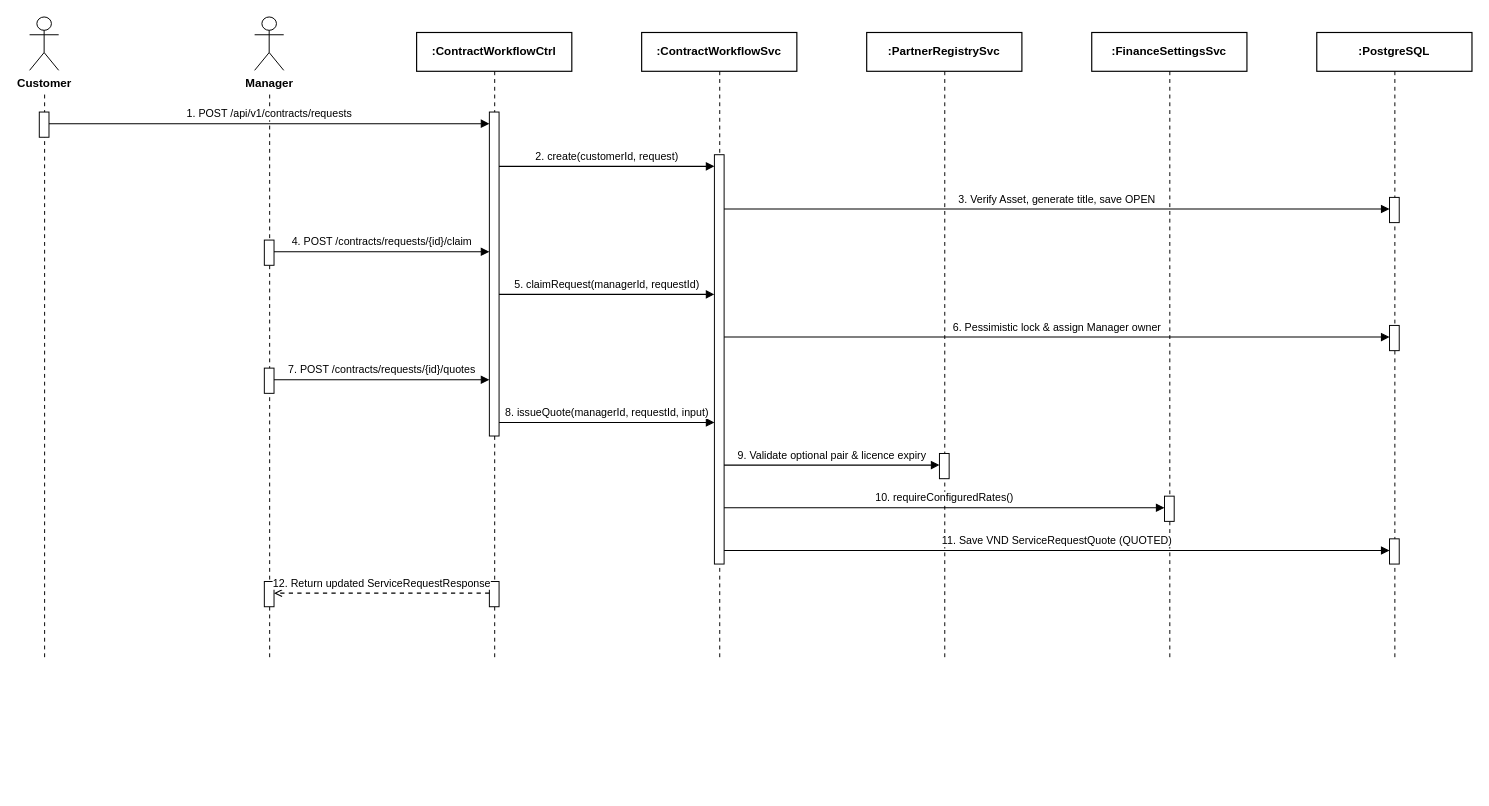
This is page "FE-08 - Service Request, Checkpoints & Quote" (9 of 26) of diagrams/smartdrone-sequence-diagrams.drawio from tungbach12/SmartDroneInspection-Docs, a draw.io file, before an edit. Source tidied: cells renumbered, new cells numbered last; positions are measured from the earlier drawing's top-left corner, leaving out a move shared by most shapes. Both pictures are drawn from the tidied source at 97%, with x=0, y=0 at pixel (29, 16).
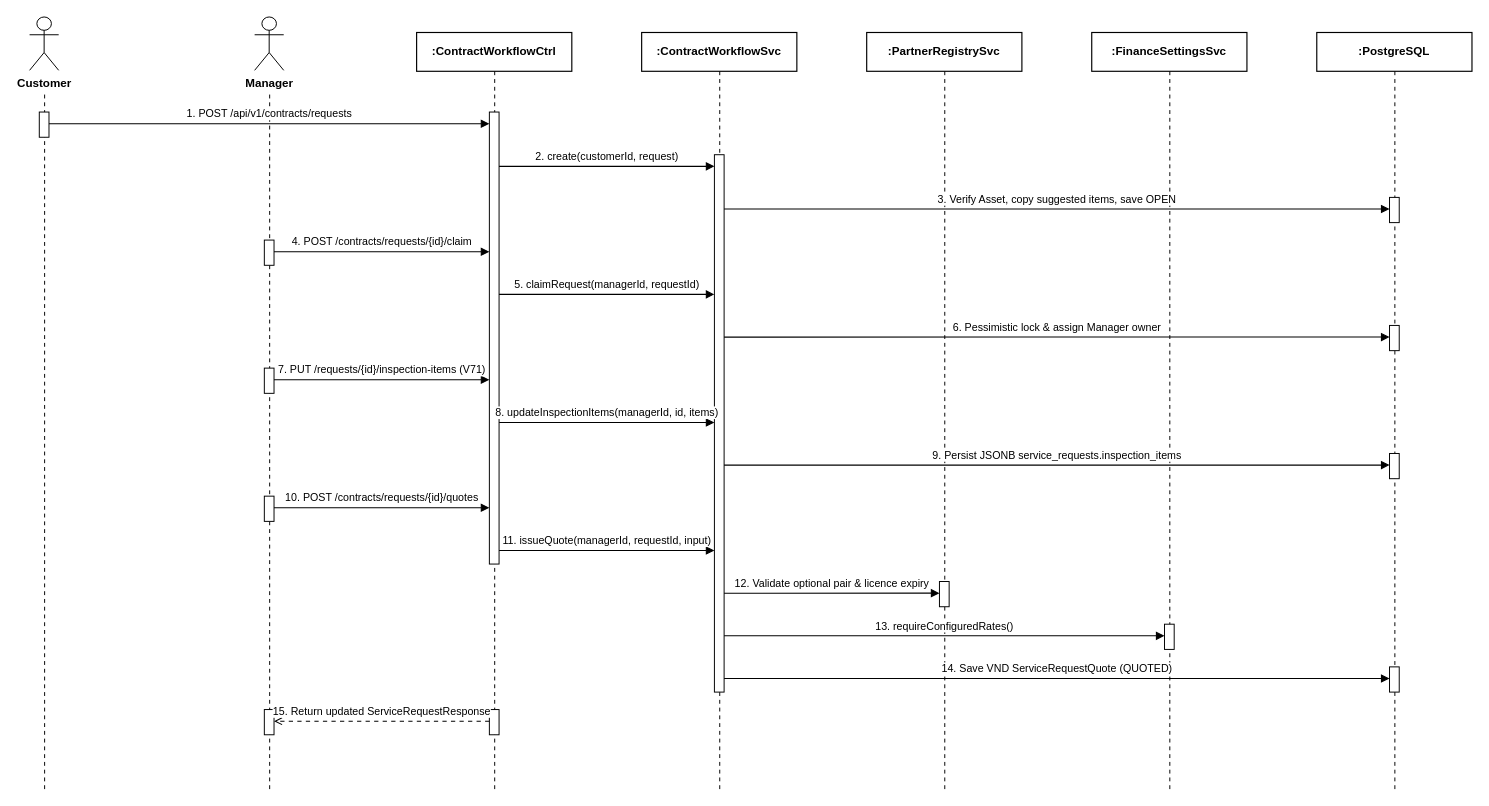
The same diagram, later.

The change refers to these unchanged cells:
```xml
<mxCell id="16" style="rounded=0;whiteSpace=wrap;html=1;fillColor=#ffffff;strokeColor=#000000;strokeWidth=1;" parent="1" vertex="1">
  <mxGeometry x="10" y="98" width="10" height="26" as="geometry" />
</mxCell>
<mxCell id="17" style="rounded=0;whiteSpace=wrap;html=1;fillColor=#ffffff;strokeColor=#000000;strokeWidth=1;" parent="1" vertex="1">
  <mxGeometry x="242" y="230" width="10" height="26" as="geometry" />
</mxCell>
<mxCell id="18" style="rounded=0;whiteSpace=wrap;html=1;fillColor=#ffffff;strokeColor=#000000;strokeWidth=1;" parent="1" vertex="1">
  <mxGeometry x="242" y="362" width="10" height="26" as="geometry" />
</mxCell>
<mxCell id="25" style="rounded=0;whiteSpace=wrap;html=1;fillColor=#ffffff;strokeColor=#000000;strokeWidth=1;" parent="1" vertex="1">
  <mxGeometry x="1402" y="186" width="10" height="26" as="geometry" />
</mxCell>
<mxCell id="26" style="rounded=0;whiteSpace=wrap;html=1;fillColor=#ffffff;strokeColor=#000000;strokeWidth=1;" parent="1" vertex="1">
  <mxGeometry x="1402" y="318" width="10" height="26" as="geometry" />
</mxCell>
```

What changed in the source:
```diff
@@
     <mxCell id="3" style="line;strokeWidth=1;direction=south;html=1;dashed=1;dashPattern=4 4;strokeColor=#000000;fillColor=none;" parent="1" vertex="1">
-      <mxGeometry x="15" y="80" width="1" height="584" as="geometry" />
+      <mxGeometry x="15" y="80" width="1" height="716" as="geometry" />
     </mxCell>
@@
     <mxCell id="5" style="line;strokeWidth=1;direction=south;html=1;dashed=1;dashPattern=4 4;strokeColor=#000000;fillColor=none;" parent="1" vertex="1">
-      <mxGeometry x="247" y="80" width="1" height="584" as="geometry" />
+      <mxGeometry x="247" y="80" width="1" height="716" as="geometry" />
     </mxCell>
@@
     <mxCell id="7" style="line;strokeWidth=1;direction=south;html=1;dashed=1;dashPattern=4 4;strokeColor=#000000;fillColor=none;" parent="1" vertex="1">
-      <mxGeometry x="479" y="56" width="1" height="608" as="geometry" />
+      <mxGeometry x="479" y="56" width="1" height="740" as="geometry" />
     </mxCell>
@@
     <mxCell id="9" style="line;strokeWidth=1;direction=south;html=1;dashed=1;dashPattern=4 4;strokeColor=#000000;fillColor=none;" parent="1" vertex="1">
-      <mxGeometry x="711" y="56" width="1" height="608" as="geometry" />
+      <mxGeometry x="711" y="56" width="1" height="740" as="geometry" />
     </mxCell>
@@
     <mxCell id="11" style="line;strokeWidth=1;direction=south;html=1;dashed=1;dashPattern=4 4;strokeColor=#000000;fillColor=none;" parent="1" vertex="1">
-      <mxGeometry x="943" y="56" width="1" height="608" as="geometry" />
+      <mxGeometry x="943" y="56" width="1" height="740" as="geometry" />
     </mxCell>
@@
     <mxCell id="13" style="line;strokeWidth=1;direction=south;html=1;dashed=1;dashPattern=4 4;strokeColor=#000000;fillColor=none;" parent="1" vertex="1">
-      <mxGeometry x="1175" y="56" width="1" height="608" as="geometry" />
+      <mxGeometry x="1175" y="56" width="1" height="740" as="geometry" />
     </mxCell>
@@
     <mxCell id="15" style="line;strokeWidth=1;direction=south;html=1;dashed=1;dashPattern=4 4;strokeColor=#000000;fillColor=none;" parent="1" vertex="1">
-      <mxGeometry x="1407" y="56" width="1" height="608" as="geometry" />
+      <mxGeometry x="1407" y="56" width="1" height="740" as="geometry" />
     </mxCell>
@@
     <mxCell id="19" style="rounded=0;whiteSpace=wrap;html=1;fillColor=#ffffff;strokeColor=#000000;strokeWidth=1;" parent="1" vertex="1">
-      <mxGeometry x="242" y="582" width="10" height="26" as="geometry" />
+      <mxGeometry x="242" y="494" width="10" height="26" as="geometry" />
     </mxCell>
+    <mxCell id="40" style="rounded=0;whiteSpace=wrap;html=1;fillColor=#ffffff;strokeColor=#000000;strokeWidth=1;" parent="1" vertex="1">
+      <mxGeometry x="242" y="714" width="10" height="26" as="geometry" />
+    </mxCell>
     <mxCell id="20" style="rounded=0;whiteSpace=wrap;html=1;fillColor=#ffffff;strokeColor=#000000;strokeWidth=1;" parent="1" vertex="1">
-      <mxGeometry x="474" y="98" width="10" height="334" as="geometry" />
+      <mxGeometry x="474" y="98" width="10" height="466" as="geometry" />
     </mxCell>
     <mxCell id="21" style="rounded=0;whiteSpace=wrap;html=1;fillColor=#ffffff;strokeColor=#000000;strokeWidth=1;" parent="1" vertex="1">
-      <mxGeometry x="474" y="582" width="10" height="26" as="geometry" />
+      <mxGeometry x="474" y="714" width="10" height="26" as="geometry" />
     </mxCell>
     <mxCell id="22" style="rounded=0;whiteSpace=wrap;html=1;fillColor=#ffffff;strokeColor=#000000;strokeWidth=1;" parent="1" vertex="1">
-      <mxGeometry x="706" y="142" width="10" height="422" as="geometry" />
+      <mxGeometry x="706" y="142" width="10" height="554" as="geometry" />
     </mxCell>
     <mxCell id="23" style="rounded=0;whiteSpace=wrap;html=1;fillColor=#ffffff;strokeColor=#000000;strokeWidth=1;" parent="1" vertex="1">
-      <mxGeometry x="938" y="450" width="10" height="26" as="geometry" />
+      <mxGeometry x="938" y="582" width="10" height="26" as="geometry" />
     </mxCell>
     <mxCell id="24" style="rounded=0;whiteSpace=wrap;html=1;fillColor=#ffffff;strokeColor=#000000;strokeWidth=1;" parent="1" vertex="1">
-      <mxGeometry x="1170" y="494" width="10" height="26" as="geometry" />
+      <mxGeometry x="1170" y="626" width="10" height="26" as="geometry" />
     </mxCell>
@@
     <mxCell id="27" style="rounded=0;whiteSpace=wrap;html=1;fillColor=#ffffff;strokeColor=#000000;strokeWidth=1;" parent="1" vertex="1">
-      <mxGeometry x="1402" y="538" width="10" height="26" as="geometry" />
+      <mxGeometry x="1402" y="450" width="10" height="26" as="geometry" />
     </mxCell>
+    <mxCell id="41" style="rounded=0;whiteSpace=wrap;html=1;fillColor=#ffffff;strokeColor=#000000;strokeWidth=1;" parent="1" vertex="1">
+      <mxGeometry x="1402" y="670" width="10" height="26" as="geometry" />
+    </mxCell>
-    <mxCell id="28" value="1. POST /api/v1/contracts/requests" style="edgeStyle=orthogonalEdgeStyle;rounded=0;html=1;endArrow=block;endFill=1;strokeColor=#000000;strokeWidth=1.1;fontColor=#000000;fontFamily=Helvetica;fontSize=11;labelBackgroundColor=#ffffff;exitX=1;exitY=0.4615;exitDx=0;exitDy=0;entryX=0;entryY=0.0359;entryDx=0;entryDy=0;" parent="1" edge="1" source="16" target="20">
+    <mxCell id="28" value="1. POST /api/v1/contracts/requests" style="edgeStyle=orthogonalEdgeStyle;rounded=0;html=1;endArrow=block;endFill=1;strokeColor=#000000;strokeWidth=1.1;fontColor=#000000;fontFamily=Helvetica;fontSize=11;labelBackgroundColor=#ffffff;exitX=1;exitY=0.4615;exitDx=0;exitDy=0;entryX=0;entryY=0.0258;entryDx=0;entryDy=0;" parent="1" edge="1" source="16" target="20">
       <mxGeometry relative="1" as="geometry">
         <mxPoint y="-10" as="offset" />
       </mxGeometry>
     </mxCell>
-    <mxCell id="29" value="2. create(customerId, request)" style="edgeStyle=orthogonalEdgeStyle;rounded=0;html=1;endArrow=block;endFill=1;strokeColor=#000000;strokeWidth=1.1;fontColor=#000000;fontFamily=Helvetica;fontSize=11;labelBackgroundColor=#ffffff;exitX=1;exitY=0.1677;exitDx=0;exitDy=0;entryX=0;entryY=0.0284;entryDx=0;entryDy=0;" parent="1" edge="1" source="20" target="22">
+    <mxCell id="29" value="2. create(customerId, request)" style="edgeStyle=orthogonalEdgeStyle;rounded=0;html=1;endArrow=block;endFill=1;strokeColor=#000000;strokeWidth=1.1;fontColor=#000000;fontFamily=Helvetica;fontSize=11;labelBackgroundColor=#ffffff;exitX=1;exitY=0.1202;exitDx=0;exitDy=0;entryX=0;entryY=0.0217;entryDx=0;entryDy=0;" parent="1" edge="1" source="20" target="22">
       <mxGeometry relative="1" as="geometry">
         <mxPoint y="-10" as="offset" />
       </mxGeometry>
     </mxCell>
-    <mxCell id="30" value="3. Verify Asset, generate title, save OPEN" style="edgeStyle=orthogonalEdgeStyle;rounded=0;html=1;endArrow=block;endFill=1;strokeColor=#000000;strokeWidth=1.1;fontColor=#000000;fontFamily=Helvetica;fontSize=11;labelBackgroundColor=#ffffff;exitX=1;exitY=0.1327;exitDx=0;exitDy=0;entryX=0;entryY=0.4615;entryDx=0;entryDy=0;" parent="1" edge="1" source="22" target="25">
+    <mxCell id="30" value="3. Verify Asset, copy suggested items, save OPEN" style="edgeStyle=orthogonalEdgeStyle;rounded=0;html=1;endArrow=block;endFill=1;strokeColor=#000000;strokeWidth=1.1;fontColor=#000000;fontFamily=Helvetica;fontSize=11;labelBackgroundColor=#ffffff;exitX=1;exitY=0.1011;exitDx=0;exitDy=0;entryX=0;entryY=0.4615;entryDx=0;entryDy=0;" parent="1" edge="1" source="22" target="25">
       <mxGeometry relative="1" as="geometry">
         <mxPoint y="-10" as="offset" />
       </mxGeometry>
     </mxCell>
-    <mxCell id="31" value="4. POST /contracts/requests/{id}/claim" style="edgeStyle=orthogonalEdgeStyle;rounded=0;html=1;endArrow=block;endFill=1;strokeColor=#000000;strokeWidth=1.1;fontColor=#000000;fontFamily=Helvetica;fontSize=11;labelBackgroundColor=#ffffff;exitX=1;exitY=0.4615;exitDx=0;exitDy=0;entryX=0;entryY=0.4311;entryDx=0;entryDy=0;" parent="1" edge="1" source="17" target="20">
+    <mxCell id="31" value="4. POST /contracts/requests/{id}/claim" style="edgeStyle=orthogonalEdgeStyle;rounded=0;html=1;endArrow=block;endFill=1;strokeColor=#000000;strokeWidth=1.1;fontColor=#000000;fontFamily=Helvetica;fontSize=11;labelBackgroundColor=#ffffff;exitX=1;exitY=0.4615;exitDx=0;exitDy=0;entryX=0;entryY=0.3090;entryDx=0;entryDy=0;" parent="1" edge="1" source="17" target="20">
       <mxGeometry relative="1" as="geometry">
         <mxPoint y="-10" as="offset" />
       </mxGeometry>
     </mxCell>
-    <mxCell id="32" value="5. claimRequest(managerId, requestId)" style="edgeStyle=orthogonalEdgeStyle;rounded=0;html=1;endArrow=block;endFill=1;strokeColor=#000000;strokeWidth=1.1;fontColor=#000000;fontFamily=Helvetica;fontSize=11;labelBackgroundColor=#ffffff;exitX=1;exitY=0.5629;exitDx=0;exitDy=0;entryX=0;entryY=0.3412;entryDx=0;entryDy=0;" parent="1" edge="1" source="20" target="22">
+    <mxCell id="32" value="5. claimRequest(managerId, requestId)" style="edgeStyle=orthogonalEdgeStyle;rounded=0;html=1;endArrow=block;endFill=1;strokeColor=#000000;strokeWidth=1.1;fontColor=#000000;fontFamily=Helvetica;fontSize=11;labelBackgroundColor=#ffffff;exitX=1;exitY=0.4034;exitDx=0;exitDy=0;entryX=0;entryY=0.2599;entryDx=0;entryDy=0;" parent="1" edge="1" source="20" target="22">
       <mxGeometry relative="1" as="geometry">
         <mxPoint y="-10" as="offset" />
       </mxGeometry>
     </mxCell>
-    <mxCell id="33" value="6. Pessimistic lock &amp;amp; assign Manager owner" style="edgeStyle=orthogonalEdgeStyle;rounded=0;html=1;endArrow=block;endFill=1;strokeColor=#000000;strokeWidth=1.1;fontColor=#000000;fontFamily=Helvetica;fontSize=11;labelBackgroundColor=#ffffff;exitX=1;exitY=0.4455;exitDx=0;exitDy=0;entryX=0;entryY=0.4615;entryDx=0;entryDy=0;" parent="1" edge="1" source="22" target="26">
+    <mxCell id="33" value="6. Pessimistic lock &amp; assign Manager owner" style="edgeStyle=orthogonalEdgeStyle;rounded=0;html=1;endArrow=block;endFill=1;strokeColor=#000000;strokeWidth=1.1;fontColor=#000000;fontFamily=Helvetica;fontSize=11;labelBackgroundColor=#ffffff;exitX=1;exitY=0.3394;exitDx=0;exitDy=0;entryX=0;entryY=0.4615;entryDx=0;entryDy=0;" parent="1" edge="1" source="22" target="26">
       <mxGeometry relative="1" as="geometry">
         <mxPoint y="-10" as="offset" />
       </mxGeometry>
     </mxCell>
-    <mxCell id="34" value="7. POST /contracts/requests/{id}/quotes" style="edgeStyle=orthogonalEdgeStyle;rounded=0;html=1;endArrow=block;endFill=1;strokeColor=#000000;strokeWidth=1.1;fontColor=#000000;fontFamily=Helvetica;fontSize=11;labelBackgroundColor=#ffffff;exitX=1;exitY=0.4615;exitDx=0;exitDy=0;entryX=0;entryY=0.8263;entryDx=0;entryDy=0;" parent="1" edge="1" source="18" target="20">
+    <mxCell id="34" value="7. PUT /requests/{id}/inspection-items (V71)" style="edgeStyle=orthogonalEdgeStyle;rounded=0;html=1;endArrow=block;endFill=1;strokeColor=#000000;strokeWidth=1.1;fontColor=#000000;fontFamily=Helvetica;fontSize=11;labelBackgroundColor=#ffffff;exitX=1;exitY=0.4615;exitDx=0;exitDy=0;entryX=0;entryY=0.5923;entryDx=0;entryDy=0;" parent="1" edge="1" source="18" target="20">
       <mxGeometry relative="1" as="geometry">
         <mxPoint y="-10" as="offset" />
       </mxGeometry>
     </mxCell>
-    <mxCell id="35" value="8. issueQuote(managerId, requestId, input)" style="edgeStyle=orthogonalEdgeStyle;rounded=0;html=1;endArrow=block;endFill=1;strokeColor=#000000;strokeWidth=1.1;fontColor=#000000;fontFamily=Helvetica;fontSize=11;labelBackgroundColor=#ffffff;exitX=1;exitY=0.9581;exitDx=0;exitDy=0;entryX=0;entryY=0.6540;entryDx=0;entryDy=0;" parent="1" edge="1" source="20" target="22">
+    <mxCell id="35" value="8. updateInspectionItems(managerId, id, items)" style="edgeStyle=orthogonalEdgeStyle;rounded=0;html=1;endArrow=block;endFill=1;strokeColor=#000000;strokeWidth=1.1;fontColor=#000000;fontFamily=Helvetica;fontSize=11;labelBackgroundColor=#ffffff;exitX=1;exitY=0.6867;exitDx=0;exitDy=0;entryX=0;entryY=0.4982;entryDx=0;entryDy=0;" parent="1" edge="1" source="20" target="22">
       <mxGeometry relative="1" as="geometry">
         <mxPoint y="-10" as="offset" />
       </mxGeometry>
     </mxCell>
-    <mxCell id="36" value="9. Validate optional pair &amp;amp; licence expiry" style="edgeStyle=orthogonalEdgeStyle;rounded=0;html=1;endArrow=block;endFill=1;strokeColor=#000000;strokeWidth=1.1;fontColor=#000000;fontFamily=Helvetica;fontSize=11;labelBackgroundColor=#ffffff;exitX=1;exitY=0.7583;exitDx=0;exitDy=0;entryX=0;entryY=0.4615;entryDx=0;entryDy=0;" parent="1" edge="1" source="22" target="23">
+    <mxCell id="36" value="9. Persist JSONB service_requests.inspection_items" style="edgeStyle=orthogonalEdgeStyle;rounded=0;html=1;endArrow=block;endFill=1;strokeColor=#000000;strokeWidth=1.1;fontColor=#000000;fontFamily=Helvetica;fontSize=11;labelBackgroundColor=#ffffff;exitX=1;exitY=0.5776;exitDx=0;exitDy=0;entryX=0;entryY=0.4615;entryDx=0;entryDy=0;" parent="1" edge="1" source="22" target="27">
       <mxGeometry relative="1" as="geometry">
         <mxPoint y="-10" as="offset" />
       </mxGeometry>
     </mxCell>
-    <mxCell id="37" value="10. requireConfiguredRates()" style="edgeStyle=orthogonalEdgeStyle;rounded=0;html=1;endArrow=block;endFill=1;strokeColor=#000000;strokeWidth=1.1;fontColor=#000000;fontFamily=Helvetica;fontSize=11;labelBackgroundColor=#ffffff;exitX=1;exitY=0.8626;exitDx=0;exitDy=0;entryX=0;entryY=0.4615;entryDx=0;entryDy=0;" parent="1" edge="1" source="22" target="24">
+    <mxCell id="37" value="10. POST /contracts/requests/{id}/quotes" style="edgeStyle=orthogonalEdgeStyle;rounded=0;html=1;endArrow=block;endFill=1;strokeColor=#000000;strokeWidth=1.1;fontColor=#000000;fontFamily=Helvetica;fontSize=11;labelBackgroundColor=#ffffff;exitX=1;exitY=0.4615;exitDx=0;exitDy=0;entryX=0;entryY=0.8755;entryDx=0;entryDy=0;" parent="1" edge="1" source="19" target="20">
       <mxGeometry relative="1" as="geometry">
         <mxPoint y="-10" as="offset" />
       </mxGeometry>
     </mxCell>
-    <mxCell id="38" value="11. Save VND ServiceRequestQuote (QUOTED)" style="edgeStyle=orthogonalEdgeStyle;rounded=0;html=1;endArrow=block;endFill=1;strokeColor=#000000;strokeWidth=1.1;fontColor=#000000;fontFamily=Helvetica;fontSize=11;labelBackgroundColor=#ffffff;exitX=1;exitY=0.9668;exitDx=0;exitDy=0;entryX=0;entryY=0.4615;entryDx=0;entryDy=0;" parent="1" edge="1" source="22" target="27">
+    <mxCell id="38" value="11. issueQuote(managerId, requestId, input)" style="edgeStyle=orthogonalEdgeStyle;rounded=0;html=1;endArrow=block;endFill=1;strokeColor=#000000;strokeWidth=1.1;fontColor=#000000;fontFamily=Helvetica;fontSize=11;labelBackgroundColor=#ffffff;exitX=1;exitY=0.9700;exitDx=0;exitDy=0;entryX=0;entryY=0.7365;entryDx=0;entryDy=0;" parent="1" edge="1" source="20" target="22">
       <mxGeometry relative="1" as="geometry">
         <mxPoint y="-10" as="offset" />
       </mxGeometry>
     </mxCell>
-    <mxCell id="39" value="12. Return updated ServiceRequestResponse" style="edgeStyle=orthogonalEdgeStyle;rounded=0;html=1;endArrow=open;endFill=0;dashed=1;dashPattern=4 4;strokeColor=#000000;strokeWidth=1.1;fontColor=#000000;fontFamily=Helvetica;fontSize=11;labelBackgroundColor=#ffffff;exitX=0;exitY=0.4615;exitDx=0;exitDy=0;entryX=1;entryY=0.4615;entryDx=0;entryDy=0;" parent="1" edge="1" source="21" target="19">
+    <mxCell id="39" value="12. Validate optional pair &amp; licence expiry" style="edgeStyle=orthogonalEdgeStyle;rounded=0;html=1;endArrow=block;endFill=1;strokeColor=#000000;strokeWidth=1.1;fontColor=#000000;fontFamily=Helvetica;fontSize=11;labelBackgroundColor=#ffffff;exitX=1;exitY=0.8159;exitDx=0;exitDy=0;entryX=0;entryY=0.4615;entryDx=0;entryDy=0;" parent="1" edge="1" source="22" target="23">
       <mxGeometry relative="1" as="geometry">
         <mxPoint y="-10" as="offset" />
       </mxGeometry>
     </mxCell>
+    <mxCell id="42" value="13. requireConfiguredRates()" style="edgeStyle=orthogonalEdgeStyle;rounded=0;html=1;endArrow=block;endFill=1;strokeColor=#000000;strokeWidth=1.1;fontColor=#000000;fontFamily=Helvetica;fontSize=11;labelBackgroundColor=#ffffff;exitX=1;exitY=0.8953;exitDx=0;exitDy=0;entryX=0;entryY=0.4615;entryDx=0;entryDy=0;" parent="1" edge="1" source="22" target="24">
+      <mxGeometry relative="1" as="geometry">
+        <mxPoint y="-10" as="offset" />
+      </mxGeometry>
+    </mxCell>
+    <mxCell id="43" value="14. Save VND ServiceRequestQuote (QUOTED)" style="edgeStyle=orthogonalEdgeStyle;rounded=0;html=1;endArrow=block;endFill=1;strokeColor=#000000;strokeWidth=1.1;fontColor=#000000;fontFamily=Helvetica;fontSize=11;labelBackgroundColor=#ffffff;exitX=1;exitY=0.9747;exitDx=0;exitDy=0;entryX=0;entryY=0.4615;entryDx=0;entryDy=0;" parent="1" edge="1" source="22" target="41">
+      <mxGeometry relative="1" as="geometry">
+        <mxPoint y="-10" as="offset" />
+      </mxGeometry>
+    </mxCell>
+    <mxCell id="44" value="15. Return updated ServiceRequestResponse" style="edgeStyle=orthogonalEdgeStyle;rounded=0;html=1;endArrow=open;endFill=0;dashed=1;dashPattern=4 4;strokeColor=#000000;strokeWidth=1.1;fontColor=#000000;fontFamily=Helvetica;fontSize=11;labelBackgroundColor=#ffffff;exitX=0;exitY=0.4615;exitDx=0;exitDy=0;entryX=1;entryY=0.4615;entryDx=0;entryDy=0;" parent="1" edge="1" source="21" target="40">
+      <mxGeometry relative="1" as="geometry">
+        <mxPoint y="-10" as="offset" />
+      </mxGeometry>
+    </mxCell>
```
